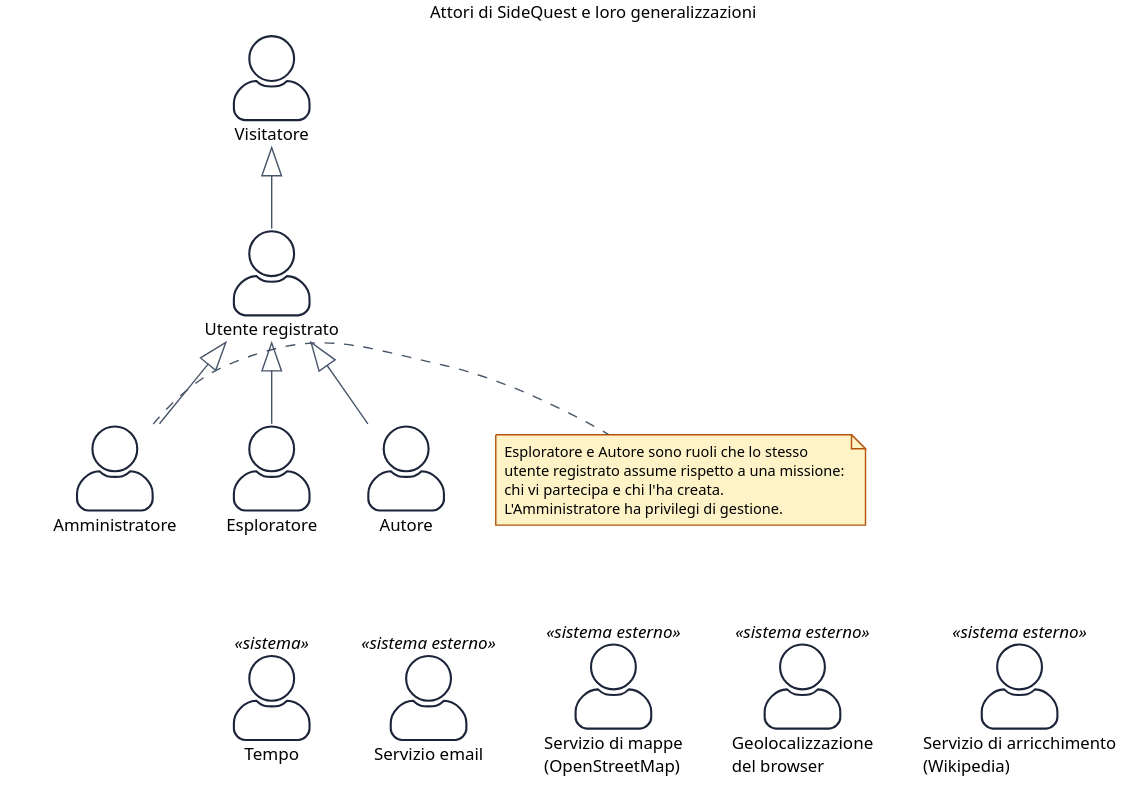
The PlantUML diagram docs/requirements/diagrams/uc-00-attori.svg in GritHat/SideQuest, before a commit.
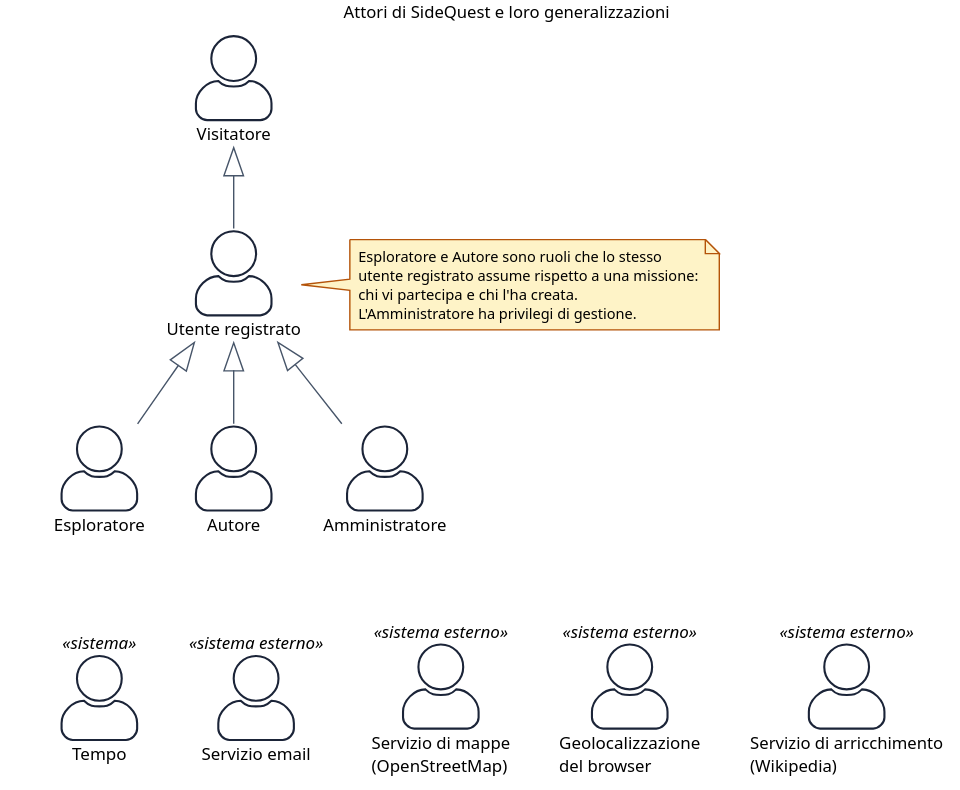
After the change.

Commit message:
docs(srs): attach the actor note to Utente registrato so it no longer crosses the generalizations

The edit, as a diff of the source:
```diff
@@ -41,7 +41,7 @@
 Adm -up-|> Reg
 Reg -up-|> Vis
 
-note right of Adm
+note right of Reg
   Esploratore e Autore sono ruoli che lo stesso
   utente registrato assume rispetto a una missione:
   chi vi partecipa e chi l'ha creata.
```
